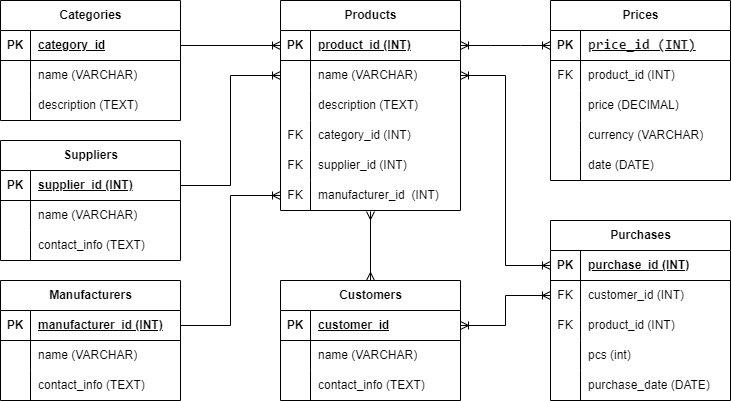
dvlonkin/database_otus keeps this draw.io diagram as Структура БД.png. Above is the earlier version. Source tidied: cells renumbered, new cells last; positions are measured from the earlier drawing's top-left corner, leaving out a move shared by most shapes.
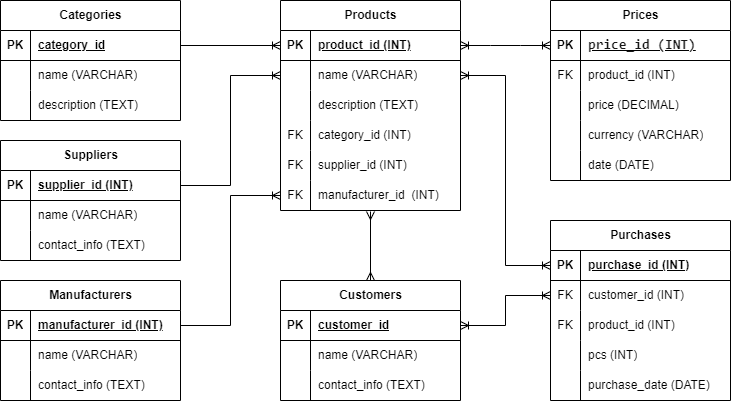
After the change.

What changed in the source:
```diff
@@ -272,7 +272,7 @@
     <mxCell id="91" style="shape=partialRectangle;fillColor=none;top=0;left=0;bottom=0;right=0;overflow=hidden;whiteSpace=wrap;html=1;" parent="90" vertex="1">
       <mxGeometry width="30" height="30" as="geometry" />
     </mxCell>
-    <mxCell id="92" value="pcs (int)" style="shape=partialRectangle;fillColor=none;top=0;left=0;bottom=0;right=0;align=left;spacingLeft=6;overflow=hidden;whiteSpace=wrap;html=1;" parent="90" vertex="1">
+    <mxCell id="92" value="pcs (INT)" style="shape=partialRectangle;fillColor=none;top=0;left=0;bottom=0;right=0;align=left;spacingLeft=6;overflow=hidden;whiteSpace=wrap;html=1;" parent="90" vertex="1">
       <mxGeometry x="30" width="150" height="30" as="geometry" />
     </mxCell>
     <mxCell id="93" style="shape=tableRow;horizontal=0;startSize=0;swimlaneHead=0;swimlaneBody=0;fillColor=none;top=0;left=0;right=0;bottom=0;" parent="80" vertex="1">
```
